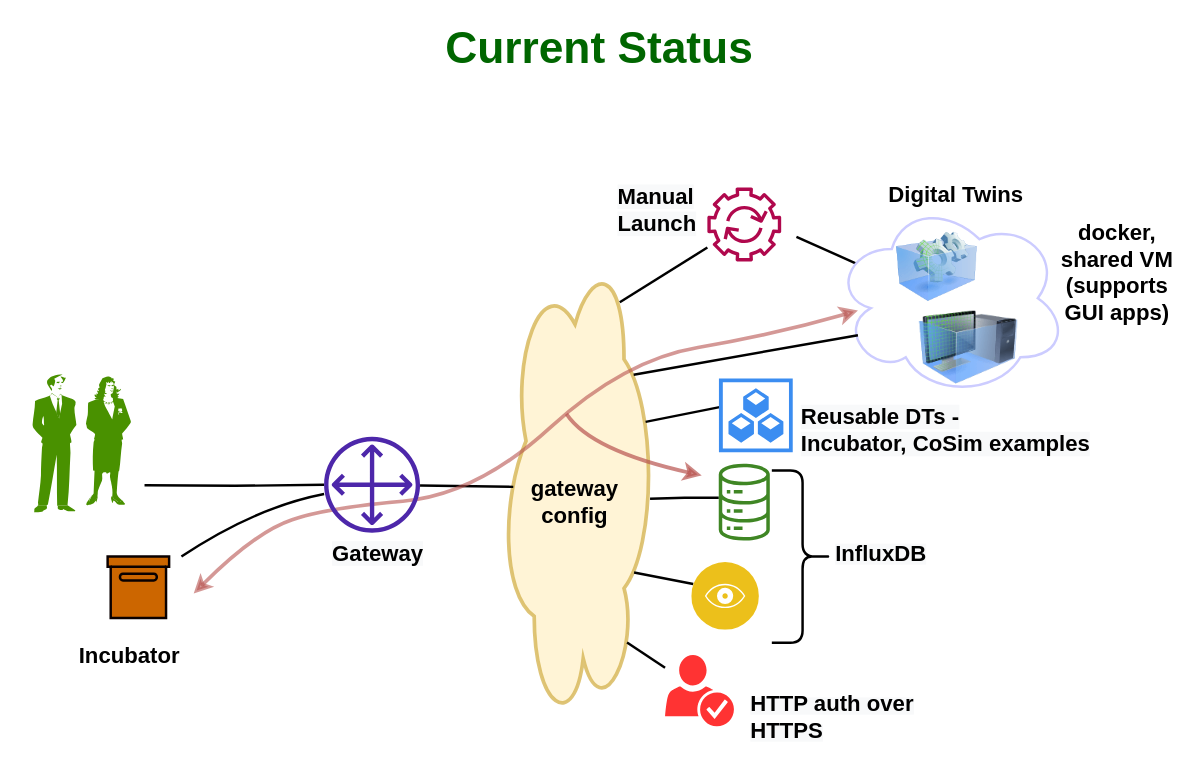
Above: page "Current Status" (2 of 9) of docs/DTaaS.drawio in INTO-CPS-Association/DTaaS (draw.io), before the change. Source tidied: cells renumbered, new cells numbered last; positions are measured from the earlier drawing's top-left corner, leaving out a move shared by most shapes. Both pictures are drawn from the tidied source at 123%, with x=0, y=0 at pixel (21, 28).
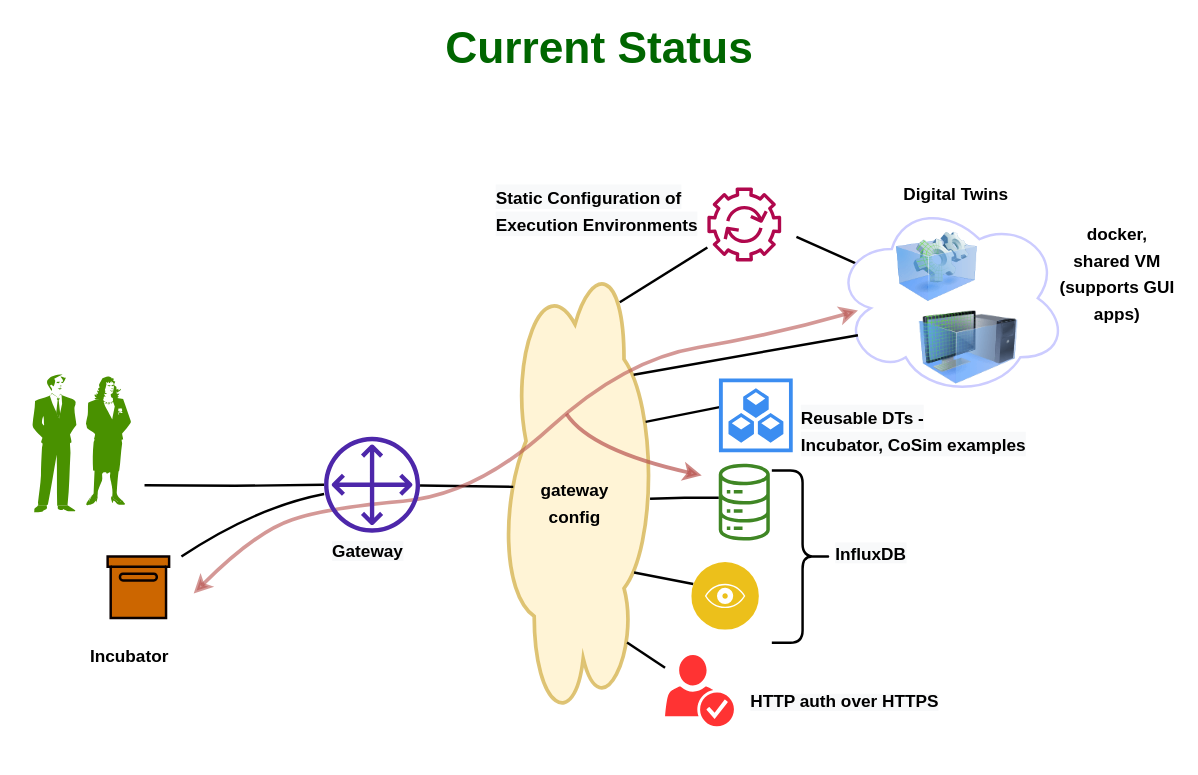
Above is the later version.

Unchanged cells that the change refers to:
```xml
<mxCell id="3" style="group;" parent="1" vertex="1">
  <mxGeometry y="120" width="940" height="469" as="geometry" />
</mxCell>
```

What changed in the source:
```diff
@@
-    <mxCell id="14" value="&lt;font size=&quot;1&quot;&gt;&lt;b style=&quot;font-size: 18px&quot;&gt;gateway config&lt;/b&gt;&lt;/font&gt;" style="text;html=1;strokeColor=none;fillColor=none;align=center;verticalAlign=middle;whiteSpace=wrap;rounded=0;fontSize=18;opacity=60;" parent="3" vertex="1">
+    <mxCell id="14" value="&lt;font size=&quot;1&quot;&gt;&lt;b style=&quot;font-size: 14px;&quot;&gt;gateway config&lt;/b&gt;&lt;/font&gt;" style="text;html=1;strokeColor=none;fillColor=none;align=center;verticalAlign=middle;whiteSpace=wrap;rounded=0;fontSize=18;opacity=60;" parent="3" vertex="1">
       <mxGeometry x="417" y="249.8" width="66" height="30" as="geometry" />
     </mxCell>
-    <mxCell id="15" value="&lt;font style=&quot;font-size: 18px&quot;&gt;&lt;b&gt;Incubator&lt;/b&gt;&lt;/font&gt;" style="text;html=1;strokeColor=none;fillColor=none;align=center;verticalAlign=middle;whiteSpace=wrap;rounded=0;" parent="3" vertex="1">
+    <mxCell id="15" value="&lt;font size=&quot;1&quot; style=&quot;&quot;&gt;&lt;b style=&quot;font-size: 14px;&quot;&gt;Incubator&lt;/b&gt;&lt;/font&gt;" style="text;html=1;strokeColor=none;fillColor=none;align=center;verticalAlign=middle;whiteSpace=wrap;rounded=0;" parent="3" vertex="1">
       <mxGeometry x="58" y="375" width="60" height="30" as="geometry" />
     </mxCell>
@@
-    <mxCell id="17" value="&lt;font style=&quot;font-size: 18px&quot;&gt;&lt;b&gt;Digital Twins&lt;/b&gt;&lt;/font&gt;" style="text;html=1;strokeColor=none;fillColor=none;align=center;verticalAlign=middle;whiteSpace=wrap;rounded=0;" parent="3" vertex="1">
+    <mxCell id="17" value="&lt;font size=&quot;1&quot; style=&quot;&quot;&gt;&lt;b style=&quot;font-size: 14px;&quot;&gt;Digital Twins&lt;/b&gt;&lt;/font&gt;" style="text;html=1;strokeColor=none;fillColor=none;align=center;verticalAlign=middle;whiteSpace=wrap;rounded=0;" parent="3" vertex="1">
       <mxGeometry x="695" width="130" height="30" as="geometry" />
     </mxCell>
@@
-    <mxCell id="19" value="&lt;span style=&quot;color: rgb(0 , 0 , 0) ; font-family: &amp;#34;helvetica&amp;#34; ; font-style: normal ; letter-spacing: normal ; text-align: center ; text-indent: 0px ; text-transform: none ; word-spacing: 0px ; background-color: rgb(248 , 249 , 250) ; display: inline ; float: none&quot;&gt;&lt;font style=&quot;font-size: 18px&quot;&gt;&lt;b&gt;HTTP auth over HTTPS&lt;/b&gt;&lt;/font&gt;&lt;/span&gt;" style="text;whiteSpace=wrap;html=1;" parent="3" vertex="1">
+    <mxCell id="19" value="&lt;span style=&quot;color: rgb(0 , 0 , 0) ; font-family: &amp;quot;helvetica&amp;quot; ; font-style: normal ; letter-spacing: normal ; text-align: center ; text-indent: 0px ; text-transform: none ; word-spacing: 0px ; background-color: rgb(248 , 249 , 250) ; display: inline ; float: none&quot;&gt;&lt;font size=&quot;1&quot; style=&quot;&quot;&gt;&lt;b style=&quot;font-size: 14px;&quot;&gt;HTTP auth over HTTPS&lt;/b&gt;&lt;/font&gt;&lt;/span&gt;" style="text;whiteSpace=wrap;html=1;" parent="3" vertex="1">
       <mxGeometry x="591.2" y="411.6" width="158.8" height="57.4" as="geometry" />
     </mxCell>
@@
-    <mxCell id="31" value="&lt;span style=&quot;color: rgb(0 , 0 , 0) ; font-family: &amp;#34;helvetica&amp;#34; ; font-style: normal ; letter-spacing: normal ; text-align: center ; text-indent: 0px ; text-transform: none ; word-spacing: 0px ; background-color: rgb(248 , 249 , 250) ; display: inline ; float: none&quot;&gt;&lt;b&gt;&lt;font style=&quot;font-size: 18px&quot;&gt;InfluxDB&lt;/font&gt;&lt;/b&gt;&lt;/span&gt;" style="text;whiteSpace=wrap;html=1;fontSize=16;" parent="3" vertex="1">
+    <mxCell id="31" value="&lt;span style=&quot;color: rgb(0 , 0 , 0) ; font-family: &amp;quot;helvetica&amp;quot; ; font-style: normal ; letter-spacing: normal ; text-align: center ; text-indent: 0px ; text-transform: none ; word-spacing: 0px ; background-color: rgb(248 , 249 , 250) ; display: inline ; float: none&quot;&gt;&lt;b&gt;&lt;font style=&quot;font-size: 14px;&quot;&gt;InfluxDB&lt;/font&gt;&lt;/b&gt;&lt;/span&gt;" style="text;whiteSpace=wrap;html=1;fontSize=16;" parent="3" vertex="1">
       <mxGeometry x="660" y="290" width="110" height="39" as="geometry" />
     </mxCell>
-    <mxCell id="32" value="&lt;span style=&quot;color: rgb(0 , 0 , 0) ; font-family: &amp;#34;helvetica&amp;#34; ; font-style: normal ; letter-spacing: normal ; text-align: center ; text-indent: 0px ; text-transform: none ; word-spacing: 0px ; background-color: rgb(248 , 249 , 250) ; display: inline ; float: none&quot;&gt;&lt;font style=&quot;font-size: 18px&quot;&gt;&lt;b&gt;Reusable DTs - &lt;br&gt;Incubator, CoSim examples&lt;/b&gt;&lt;/font&gt;&lt;/span&gt;" style="text;whiteSpace=wrap;html=1;fontSize=18;" parent="3" vertex="1">
+    <mxCell id="32" value="&lt;span style=&quot;color: rgb(0 , 0 , 0) ; font-family: &amp;quot;helvetica&amp;quot; ; font-style: normal ; letter-spacing: normal ; text-align: center ; text-indent: 0px ; text-transform: none ; word-spacing: 0px ; background-color: rgb(248 , 249 , 250) ; display: inline ; float: none&quot;&gt;&lt;font style=&quot;font-size: 14px;&quot;&gt;&lt;b&gt;Reusable DTs - &lt;br&gt;Incubator, CoSim examples&lt;/b&gt;&lt;/font&gt;&lt;/span&gt;" style="text;whiteSpace=wrap;html=1;fontSize=18;" parent="3" vertex="1">
       <mxGeometry x="632" y="179" width="268" height="40" as="geometry" />
     </mxCell>
-    <mxCell id="33" value="&lt;span style=&quot;color: rgb(0 , 0 , 0) ; font-family: &amp;#34;helvetica&amp;#34; ; font-style: normal ; letter-spacing: normal ; text-align: center ; text-indent: 0px ; text-transform: none ; word-spacing: 0px ; background-color: rgb(248 , 249 , 250) ; display: inline ; float: none&quot;&gt;&lt;b&gt;&lt;font style=&quot;font-size: 18px&quot;&gt;Manual&lt;br&gt;Launch&lt;br&gt;&lt;/font&gt;&lt;/b&gt;&lt;/span&gt;" style="text;whiteSpace=wrap;html=1;fontSize=18;" parent="3" vertex="1">
-      <mxGeometry x="483" width="100" height="60" as="geometry" />
+    <mxCell id="33" value="&lt;span style=&quot;color: rgb(0 , 0 , 0) ; font-family: &amp;quot;helvetica&amp;quot; ; font-style: normal ; letter-spacing: normal ; text-align: center ; text-indent: 0px ; text-transform: none ; word-spacing: 0px ; background-color: rgb(248 , 249 , 250) ; display: inline ; float: none&quot;&gt;&lt;b&gt;&lt;font style=&quot;&quot;&gt;&lt;font style=&quot;font-size: 14px;&quot;&gt;Static Configuration of Execution Environments&lt;/font&gt;&lt;br&gt;&lt;/font&gt;&lt;/b&gt;&lt;/span&gt;" style="text;whiteSpace=wrap;html=1;fontSize=18;" parent="3" vertex="1">
+      <mxGeometry x="383.5" width="173" height="60" as="geometry" />
     </mxCell>
@@
-    <mxCell id="35" value="&lt;b style=&quot;color: rgb(0, 0, 0); font-family: helvetica; font-size: 18px; font-style: normal; letter-spacing: normal; text-align: center; text-indent: 0px; text-transform: none; word-spacing: 0px; background-color: rgb(248, 249, 250);&quot;&gt;Gateway&lt;/b&gt;&lt;br style=&quot;color: rgb(0, 0, 0); font-family: helvetica; font-size: 18px; font-style: normal; font-weight: 400; letter-spacing: normal; text-align: center; text-indent: 0px; text-transform: none; word-spacing: 0px; background-color: rgb(248, 249, 250);&quot;&gt;" style="text;whiteSpace=wrap;html=1;fontSize=14;" parent="3" vertex="1">
+    <mxCell id="35" value="&lt;b style=&quot;color: rgb(0, 0, 0); font-family: helvetica; font-style: normal; letter-spacing: normal; text-align: center; text-indent: 0px; text-transform: none; word-spacing: 0px; background-color: rgb(248, 249, 250);&quot;&gt;&lt;font style=&quot;font-size: 14px;&quot;&gt;Gateway&lt;/font&gt;&lt;/b&gt;" style="text;whiteSpace=wrap;html=1;fontSize=14;" parent="3" vertex="1">
       <mxGeometry x="251" y="289.6" width="100" height="30" as="geometry" />
     </mxCell>
@@
-    <mxCell id="39" value="&lt;div style=&quot;text-align: center&quot;&gt;&lt;span&gt;&lt;font face=&quot;helvetica&quot;&gt;&lt;b&gt;docker, shared VM&lt;br&gt;(supports GUI apps)&lt;/b&gt;&lt;/font&gt;&lt;/span&gt;&lt;/div&gt;" style="text;whiteSpace=wrap;html=1;fontSize=18;" parent="3" vertex="1">
+    <mxCell id="39" value="&lt;div style=&quot;text-align: center&quot;&gt;&lt;span&gt;&lt;font style=&quot;font-size: 14px;&quot; face=&quot;helvetica&quot;&gt;&lt;b&gt;docker, shared VM&lt;br&gt;(supports GUI apps)&lt;/b&gt;&lt;/font&gt;&lt;/span&gt;&lt;/div&gt;" style="text;whiteSpace=wrap;html=1;fontSize=18;" parent="3" vertex="1">
       <mxGeometry x="840" y="29" width="100" height="40" as="geometry" />
     </mxCell>
```
